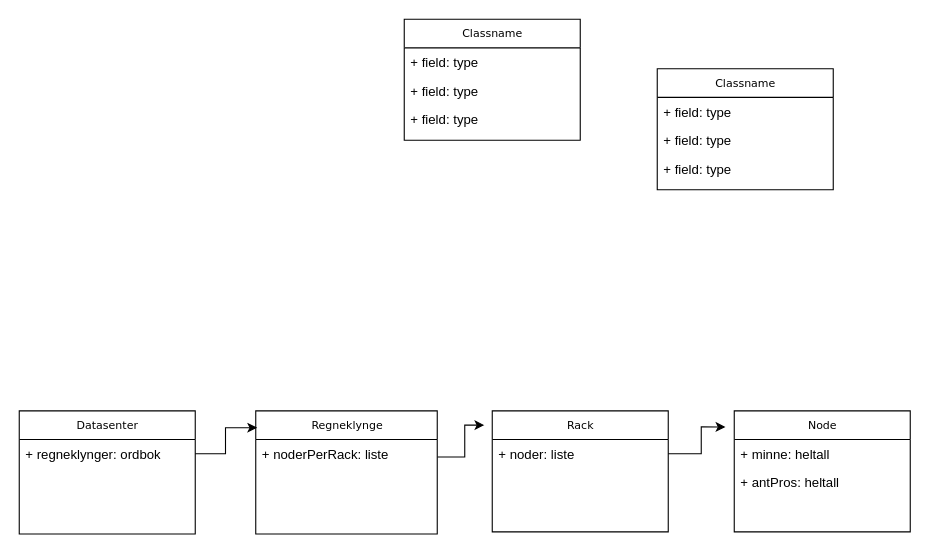
asundbo/IN1000Seminar keeps this draw.io diagram as Klassediagram.drawio. Above is the earlier version. Source tidied: cells renumbered, new cells numbered last; positions are measured from the earlier drawing's top-left corner, leaving out a move shared by most shapes. Both pictures are drawn from the tidied source at 110%, with x=0, y=0 at pixel (19, 19).
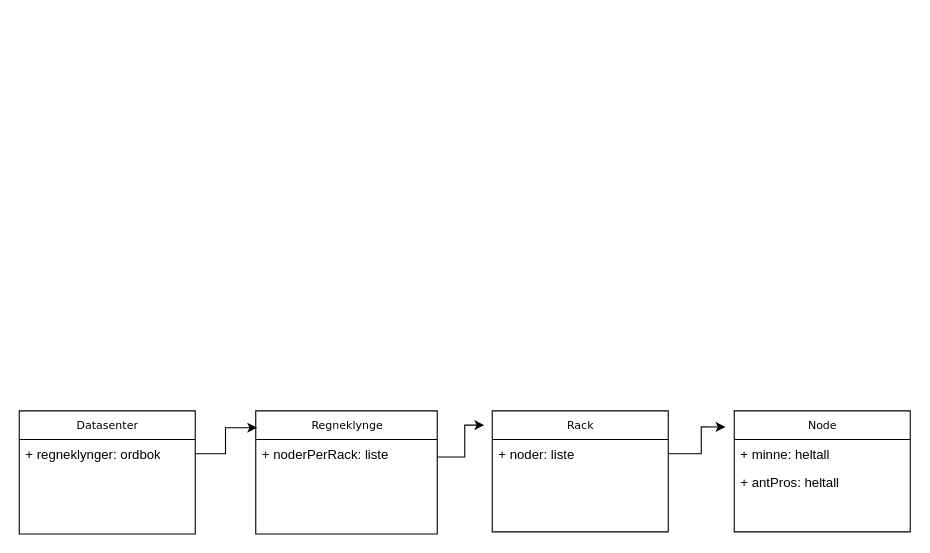
The same page after the edit.

The edit, as a diff of the source:
```diff
@@
-    <mxCell id="5" value="Classname" style="swimlane;html=1;fontStyle=0;horizontal=1;startSize=26;fillColor=none;swimlaneFillColor=#ffffff;rounded=0;shadow=0;comic=0;labelBackgroundColor=none;strokeWidth=1;fontFamily=Verdana;fontSize=10;align=center;" parent="1" vertex="1">
-      <mxGeometry x="350" width="160" height="110" as="geometry" />
-    </mxCell>
-    <mxCell id="6" value="+ field: type" style="text;html=1;strokeColor=none;fillColor=none;align=left;verticalAlign=top;spacingLeft=4;spacingRight=4;whiteSpace=wrap;overflow=hidden;" parent="5" vertex="1">
-      <mxGeometry y="26" width="160" height="26" as="geometry" />
-    </mxCell>
-    <mxCell id="7" value="+ field: type" style="text;html=1;strokeColor=none;fillColor=none;align=left;verticalAlign=top;spacingLeft=4;spacingRight=4;whiteSpace=wrap;overflow=hidden;" parent="5" vertex="1">
-      <mxGeometry y="52" width="160" height="26" as="geometry" />
-    </mxCell>
-    <mxCell id="8" value="+ field: type" style="text;html=1;strokeColor=none;fillColor=none;align=left;verticalAlign=top;spacingLeft=4;spacingRight=4;whiteSpace=wrap;overflow=hidden;" parent="5" vertex="1">
-      <mxGeometry y="78" width="160" height="26" as="geometry" />
-    </mxCell>
-    <mxCell id="9" value="Classname" style="swimlane;html=1;fontStyle=0;horizontal=1;startSize=26;fillColor=none;swimlaneFillColor=#ffffff;rounded=0;shadow=0;comic=0;labelBackgroundColor=none;strokeWidth=1;fontFamily=Verdana;fontSize=10;align=center;" parent="1" vertex="1">
-      <mxGeometry x="580" y="45" width="160" height="110" as="geometry" />
-    </mxCell>
-    <mxCell id="10" value="+ field: type" style="text;html=1;strokeColor=none;fillColor=none;align=left;verticalAlign=top;spacingLeft=4;spacingRight=4;whiteSpace=wrap;overflow=hidden;" parent="9" vertex="1">
-      <mxGeometry y="26" width="160" height="26" as="geometry" />
-    </mxCell>
-    <mxCell id="11" value="+ field: type" style="text;html=1;strokeColor=none;fillColor=none;align=left;verticalAlign=top;spacingLeft=4;spacingRight=4;whiteSpace=wrap;overflow=hidden;" parent="9" vertex="1">
-      <mxGeometry y="52" width="160" height="26" as="geometry" />
-    </mxCell>
-    <mxCell id="12" value="+ field: type" style="text;html=1;strokeColor=none;fillColor=none;align=left;verticalAlign=top;spacingLeft=4;spacingRight=4;whiteSpace=wrap;overflow=hidden;" parent="9" vertex="1">
-      <mxGeometry y="78" width="160" height="26" as="geometry" />
-    </mxCell>
```
